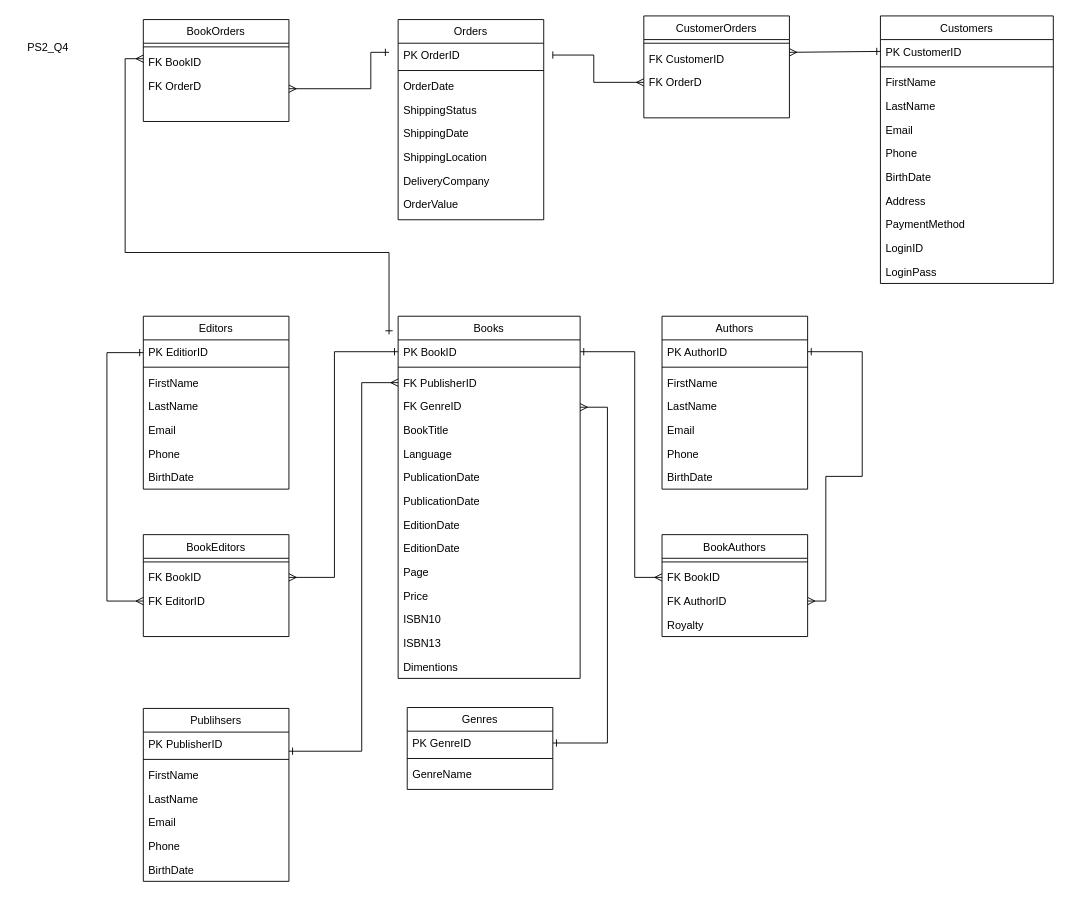
The draw.io diagram book_business.drawio in kenta-nm/hw-db-book-biz, before the edit. Source tidied: cells renumbered, new cells numbered last; positions are measured from the earlier drawing's top-left corner, leaving out a move shared by most shapes. Both pictures are drawn from the tidied source at 91%, with x=0, y=0 at pixel (15, 15).
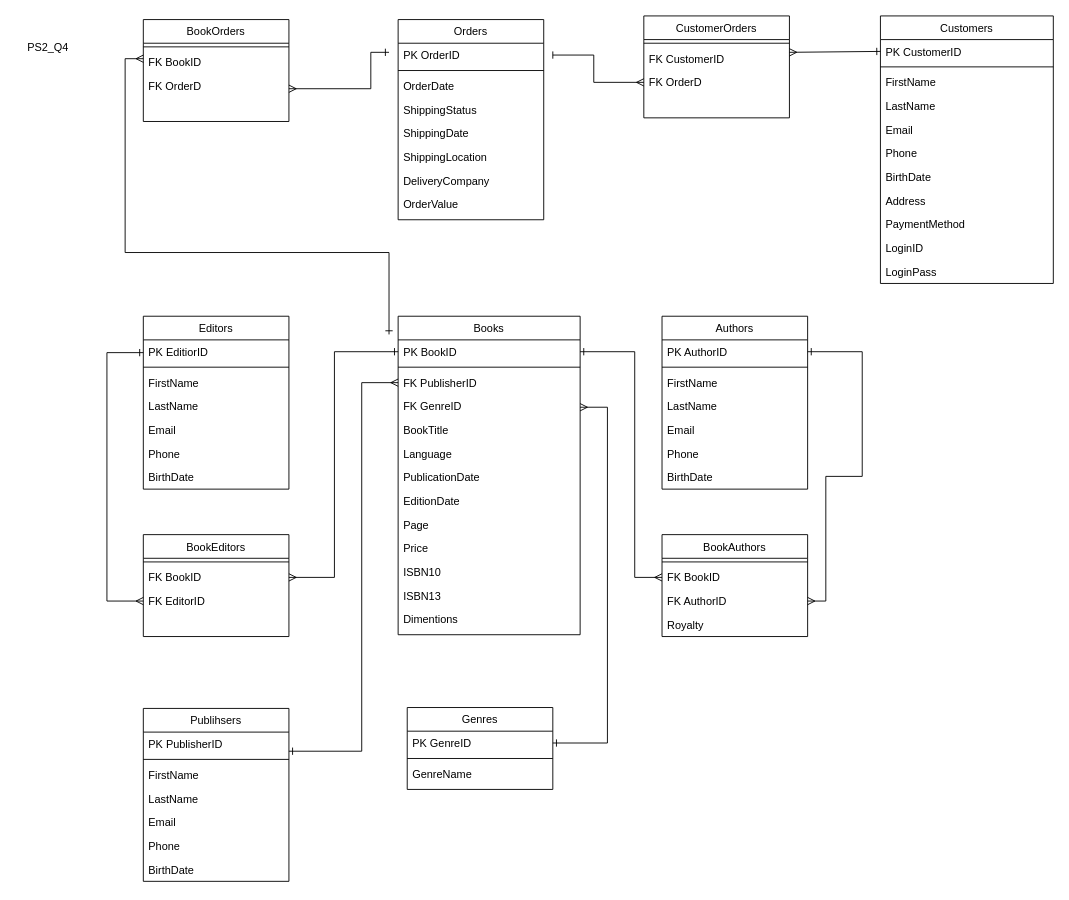
Above is the later version.

Change to the diagram source:
```diff
@@
     <mxCell id="2" value="Books" style="swimlane;fontStyle=0;align=center;verticalAlign=top;horizontal=1;startSize=26;rounded=0;shadow=0;strokeWidth=1;" parent="1" vertex="1">
-      <mxGeometry x="420" y="330" width="200" height="398" as="geometry" />
+      <mxGeometry x="420" y="330" width="200" height="350" as="geometry" />
     </mxCell>
@@
-    <mxCell id="10" value="PublicationDate" style="text;align=left;verticalAlign=top;spacingLeft=4;spacingRight=4;overflow=hidden;rounded=0;shadow=0;html=0;" parent="2" vertex="1">
-      <mxGeometry y="190" width="200" height="26" as="geometry" />
-    </mxCell>
-    <mxCell id="11" value="EditionDate" style="text;align=left;verticalAlign=top;spacingLeft=4;spacingRight=4;overflow=hidden;rounded=0;shadow=0;html=0;" parent="2" vertex="1">
-      <mxGeometry y="216" width="200" height="26" as="geometry" />
-    </mxCell>
     <mxCell id="12" value="EditionDate" style="text;align=left;verticalAlign=top;spacingLeft=4;spacingRight=4;overflow=hidden;rounded=0;shadow=0;html=0;" parent="2" vertex="1">
-      <mxGeometry y="242" width="200" height="26" as="geometry" />
+      <mxGeometry y="190" width="200" height="26" as="geometry" />
     </mxCell>
     <mxCell id="13" value="Page" style="text;align=left;verticalAlign=top;spacingLeft=4;spacingRight=4;overflow=hidden;rounded=0;shadow=0;html=0;" parent="2" vertex="1">
-      <mxGeometry y="268" width="200" height="26" as="geometry" />
+      <mxGeometry y="216" width="200" height="26" as="geometry" />
     </mxCell>
     <mxCell id="14" value="Price" style="text;align=left;verticalAlign=top;spacingLeft=4;spacingRight=4;overflow=hidden;rounded=0;shadow=0;html=0;" parent="2" vertex="1">
-      <mxGeometry y="294" width="200" height="26" as="geometry" />
+      <mxGeometry y="242" width="200" height="26" as="geometry" />
     </mxCell>
     <mxCell id="15" value="ISBN10" style="text;align=left;verticalAlign=top;spacingLeft=4;spacingRight=4;overflow=hidden;rounded=0;shadow=0;html=0;" parent="2" vertex="1">
-      <mxGeometry y="320" width="200" height="26" as="geometry" />
+      <mxGeometry y="268" width="200" height="26" as="geometry" />
     </mxCell>
     <mxCell id="16" value="ISBN13" style="text;align=left;verticalAlign=top;spacingLeft=4;spacingRight=4;overflow=hidden;rounded=0;shadow=0;html=0;" parent="2" vertex="1">
-      <mxGeometry y="346" width="200" height="26" as="geometry" />
+      <mxGeometry y="294" width="200" height="26" as="geometry" />
     </mxCell>
     <mxCell id="17" value="Dimentions" style="text;align=left;verticalAlign=top;spacingLeft=4;spacingRight=4;overflow=hidden;rounded=0;shadow=0;html=0;" parent="2" vertex="1">
-      <mxGeometry y="372" width="200" height="26" as="geometry" />
+      <mxGeometry y="320" width="200" height="26" as="geometry" />
     </mxCell>
```
